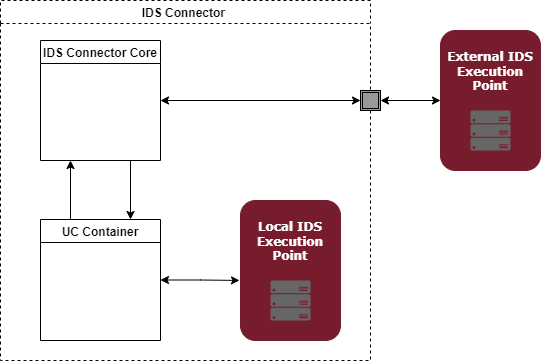
Above: documentation/4_Perspectives_of_the_Reference_Architecture_Model/4_1_Security_Perspective/media/Context-information-and-execution-point-PXP.drawio.png in International-Data-Spaces-Association/IDS-RAM_4_0 (draw.io), before the change. Source tidied: cells renumbered, new cells last; positions are measured from the earlier drawing's top-left corner, leaving out a move shared by most shapes.
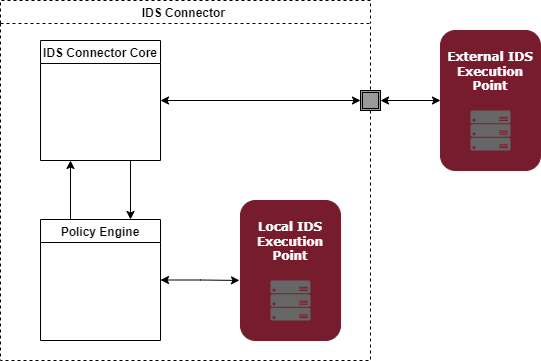
Later version of the same file.

Diff of the diagram source:
```diff
@@ -11,7 +11,7 @@
     <mxCell id="4" style="edgeStyle=orthogonalEdgeStyle;rounded=0;jettySize=auto;html=1;exitX=0.25;exitY=0;exitDx=0;exitDy=0;entryX=0.25;entryY=1;entryDx=0;entryDy=0;" parent="3" edge="1" source="5" target="6">
       <mxGeometry relative="1" as="geometry" />
     </mxCell>
-    <mxCell id="5" value="UC Container" style="swimlane;fontSize=12;startSize=23;" parent="3" vertex="1">
+    <mxCell id="5" value="Policy Engine" style="swimlane;fontSize=12;startSize=23;" parent="3" vertex="1">
       <mxGeometry x="40" y="219" width="120" height="121" as="geometry" />
     </mxCell>
     <mxCell id="6" value="IDS Connector Core" style="swimlane;startSize=23;" parent="3" vertex="1">
```
